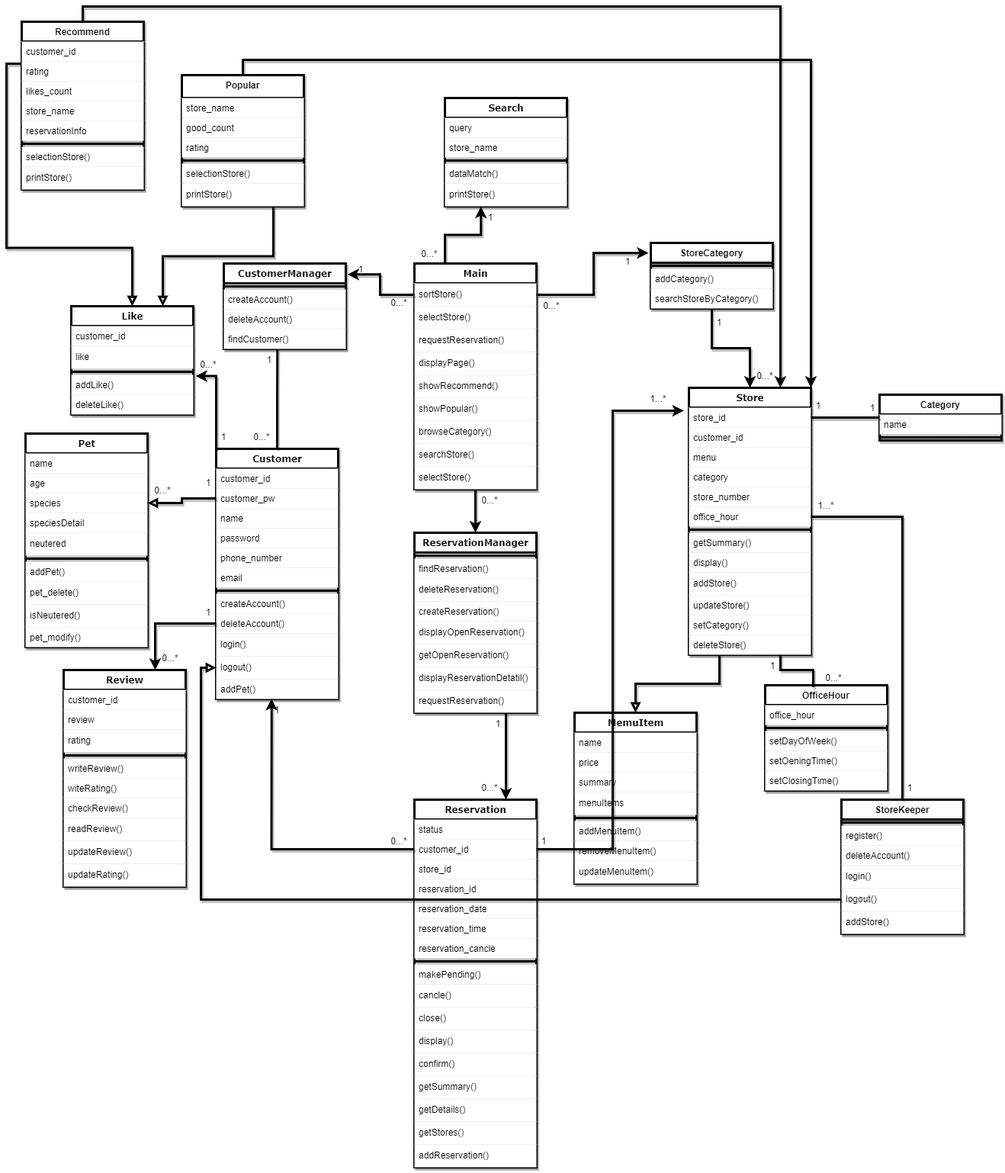
Earlier version of the draw.io export walkwith_class.drawio.png (dkwkckzk/data_test). Source tidied: cells renumbered, new cells last; positions are measured from the earlier drawing's top-left corner, leaving out a move shared by most shapes.
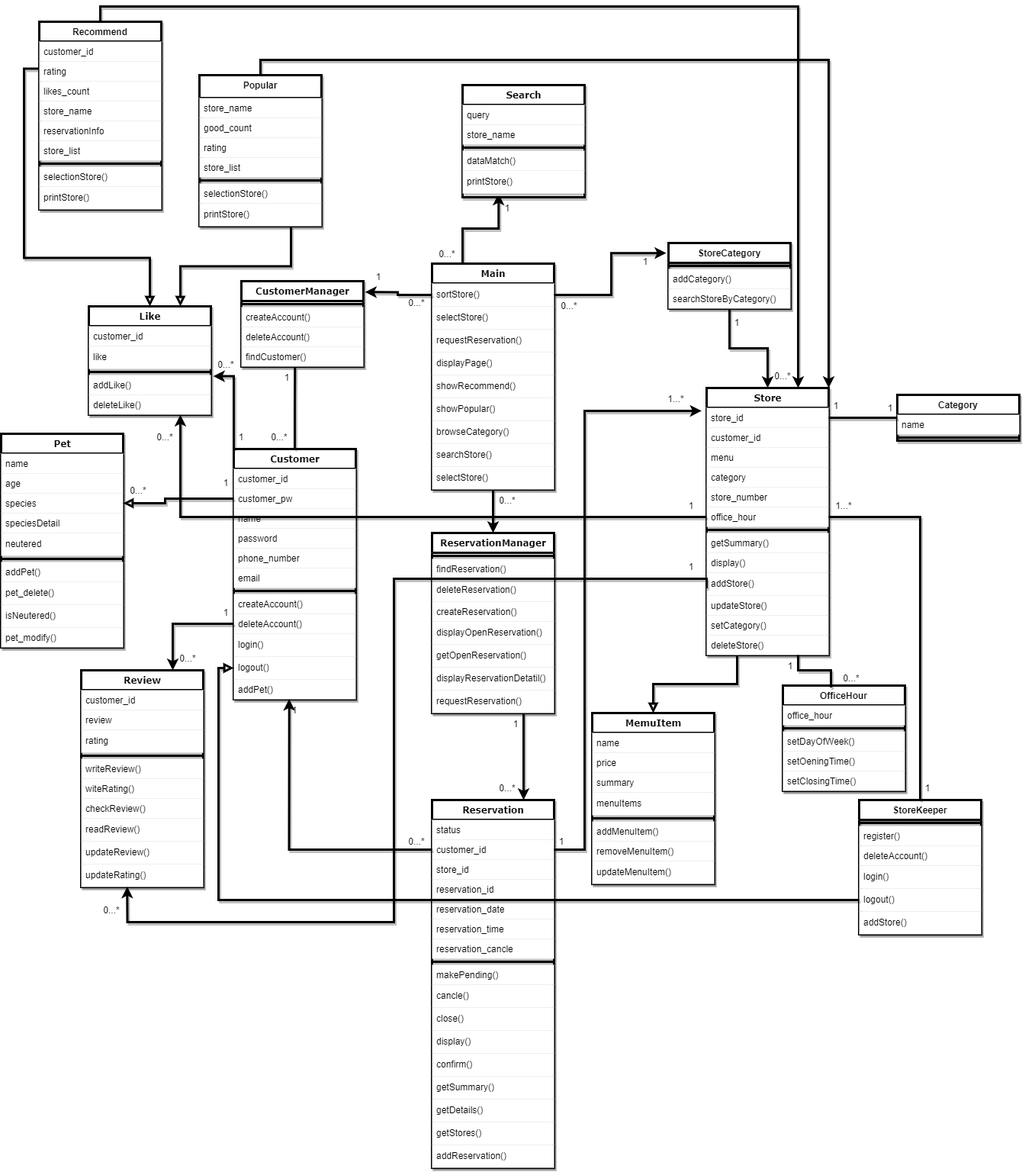
Later version of the same file.

The edit, as a diff of the source:
```diff
@@ -42,7 +42,7 @@
       <mxGeometry y="302" width="160" height="26" as="geometry" />
     </mxCell>
     <mxCell id="15" value="Pet" style="swimlane;html=1;fontStyle=1;align=center;verticalAlign=top;horizontal=1;startSize=26;swimlaneFillColor=#ffffff;rounded=0;shadow=1;comic=0;labelBackgroundColor=none;strokeWidth=3;fillColor=default;fontFamily=Verdana;fontSize=12;" parent="1" vertex="1">
-      <mxGeometry x="5" y="540" width="160" height="280" as="geometry" />
+      <mxGeometry x="-50" y="540" width="160" height="280" as="geometry" />
     </mxCell>
     <mxCell id="16" value="name" style="text;html=1;strokeColor=none;fillColor=default;align=left;verticalAlign=top;spacingLeft=4;spacingRight=4;whiteSpace=wrap;overflow=hidden;shadow=1;strokeWidth=3;" parent="15" vertex="1">
       <mxGeometry y="26" width="160" height="26" as="geometry" />
@@ -243,7 +243,7 @@
       <mxGeometry relative="1" as="geometry" />
     </mxCell>
     <mxCell id="82" value="Recommend" style="swimlane;fontStyle=1;align=center;verticalAlign=top;horizontal=1;startSize=26;whiteSpace=wrap;html=1;fillColor=#FFFFFF;shadow=1;strokeWidth=3;" parent="1" vertex="1">
-      <mxGeometry width="160" height="220" as="geometry" />
+      <mxGeometry width="160" height="246" as="geometry" />
     </mxCell>
     <mxCell id="83" value="customer_id" style="text;strokeColor=none;fillColor=default;align=left;verticalAlign=top;spacingLeft=4;spacingRight=4;overflow=hidden;whiteSpace=wrap;html=1;shadow=1;strokeWidth=3;" parent="82" vertex="1">
       <mxGeometry y="26" width="160" height="26" as="geometry" />
@@ -260,14 +260,17 @@
     <mxCell id="87" value="reservationInfo" style="text;strokeColor=none;fillColor=default;align=left;verticalAlign=top;spacingLeft=4;spacingRight=4;overflow=hidden;whiteSpace=wrap;html=1;shadow=1;strokeWidth=3;" parent="82" vertex="1">
       <mxGeometry y="130" width="160" height="26" as="geometry" />
     </mxCell>
+    <mxCell id="202" value="store_list" style="text;strokeColor=none;fillColor=default;align=left;verticalAlign=top;spacingLeft=4;spacingRight=4;overflow=hidden;whiteSpace=wrap;html=1;shadow=1;strokeWidth=3;" parent="82" vertex="1">
+      <mxGeometry y="156" width="160" height="26" as="geometry" />
+    </mxCell>
     <mxCell id="88" style="line;strokeWidth=3;fillColor=default;align=left;verticalAlign=middle;spacingTop=-1;spacingLeft=3;spacingRight=3;labelPosition=right;strokeColor=inherit;shadow=1;" parent="82" vertex="1">
-      <mxGeometry y="156" width="160" height="8" as="geometry" />
+      <mxGeometry y="182" width="160" height="8" as="geometry" />
     </mxCell>
     <mxCell id="89" value="selectionStore()" style="text;strokeColor=none;fillColor=default;align=left;verticalAlign=top;spacingLeft=4;spacingRight=4;overflow=hidden;whiteSpace=wrap;html=1;shadow=1;strokeWidth=3;" parent="82" vertex="1">
-      <mxGeometry y="164" width="160" height="26" as="geometry" />
+      <mxGeometry y="190" width="160" height="26" as="geometry" />
     </mxCell>
     <mxCell id="90" value="printStore()" style="text;strokeColor=none;fillColor=#FFFFFF;align=left;verticalAlign=middle;spacingLeft=4;spacingRight=4;overflow=hidden;whiteSpace=wrap;html=1;shadow=1;strokeWidth=3;" parent="82" vertex="1">
-      <mxGeometry y="190" width="160" height="30" as="geometry" />
+      <mxGeometry y="216" width="160" height="30" as="geometry" />
     </mxCell>
     <mxCell id="91" value="Like" style="swimlane;html=1;fontStyle=1;align=center;verticalAlign=top;horizontal=1;startSize=26;swimlaneFillColor=#ffffff;rounded=0;shadow=1;comic=0;labelBackgroundColor=none;strokeWidth=3;fillColor=default;fontFamily=Verdana;fontSize=12;" parent="1" vertex="1">
       <mxGeometry x="65" y="373" width="160" height="142" as="geometry" />
@@ -294,7 +297,7 @@
       <mxGeometry relative="1" as="geometry" />
     </mxCell>
     <mxCell id="99" value="Popular" style="swimlane;fontStyle=1;align=center;verticalAlign=top;horizontal=1;startSize=30;whiteSpace=wrap;html=1;fillColor=#FFFFFF;shadow=1;strokeWidth=3;" parent="1" vertex="1">
-      <mxGeometry x="210" y="70" width="160" height="172" as="geometry" />
+      <mxGeometry x="210" y="70" width="160" height="198" as="geometry" />
     </mxCell>
     <mxCell id="100" value="store_name" style="text;strokeColor=none;fillColor=default;align=left;verticalAlign=top;spacingLeft=4;spacingRight=4;overflow=hidden;whiteSpace=wrap;html=1;shadow=1;strokeWidth=3;" parent="99" vertex="1">
       <mxGeometry y="30" width="160" height="26" as="geometry" />
@@ -305,17 +308,20 @@
     <mxCell id="102" value="rating" style="text;strokeColor=none;fillColor=default;align=left;verticalAlign=top;spacingLeft=4;spacingRight=4;overflow=hidden;whiteSpace=wrap;html=1;shadow=1;strokeWidth=3;" parent="99" vertex="1">
       <mxGeometry y="82" width="160" height="26" as="geometry" />
     </mxCell>
+    <mxCell id="203" value="store_list" style="text;strokeColor=none;fillColor=default;align=left;verticalAlign=top;spacingLeft=4;spacingRight=4;overflow=hidden;whiteSpace=wrap;html=1;shadow=1;strokeWidth=3;" parent="99" vertex="1">
+      <mxGeometry y="108" width="160" height="26" as="geometry" />
+    </mxCell>
     <mxCell id="103" style="line;strokeWidth=3;fillColor=default;align=left;verticalAlign=middle;spacingTop=-1;spacingLeft=3;spacingRight=3;labelPosition=right;strokeColor=inherit;shadow=1;" parent="99" vertex="1">
-      <mxGeometry y="108" width="160" height="8" as="geometry" />
+      <mxGeometry y="134" width="160" height="8" as="geometry" />
     </mxCell>
     <mxCell id="104" value="selectionStore()" style="text;strokeColor=none;fillColor=default;align=left;verticalAlign=top;spacingLeft=4;spacingRight=4;overflow=hidden;whiteSpace=wrap;html=1;shadow=1;strokeWidth=3;" parent="99" vertex="1">
-      <mxGeometry y="116" width="160" height="26" as="geometry" />
+      <mxGeometry y="142" width="160" height="26" as="geometry" />
     </mxCell>
     <mxCell id="105" value="printStore()" style="text;strokeColor=none;fillColor=#FFFFFF;align=left;verticalAlign=middle;spacingLeft=4;spacingRight=4;overflow=hidden;whiteSpace=wrap;html=1;shadow=1;strokeWidth=3;" parent="99" vertex="1">
-      <mxGeometry y="142" width="160" height="30" as="geometry" />
+      <mxGeometry y="168" width="160" height="30" as="geometry" />
     </mxCell>
     <mxCell id="106" value="Search" style="swimlane;html=1;fontStyle=1;align=center;verticalAlign=top;horizontal=1;startSize=26;swimlaneFillColor=#ffffff;rounded=0;shadow=1;comic=0;labelBackgroundColor=none;strokeWidth=3;fillColor=default;fontFamily=Verdana;fontSize=12;" parent="1" vertex="1">
-      <mxGeometry x="555" y="100" width="160" height="142" as="geometry" />
+      <mxGeometry x="555" y="83" width="160" height="147" as="geometry" />
     </mxCell>
     <mxCell id="107" value="query" style="text;html=1;strokeColor=none;fillColor=default;align=left;verticalAlign=top;spacingLeft=4;spacingRight=4;whiteSpace=wrap;overflow=hidden;shadow=1;strokeWidth=3;" parent="106" vertex="1">
       <mxGeometry y="26" width="160" height="26" as="geometry" />
@@ -459,7 +465,7 @@
       <mxGeometry y="52" width="160" height="8" as="geometry" />
     </mxCell>
     <mxCell id="154" value="CustomerManager" style="swimlane;html=1;fontStyle=1;align=center;verticalAlign=top;horizontal=1;startSize=26;swimlaneFillColor=#ffffff;rounded=0;shadow=1;comic=0;labelBackgroundColor=none;strokeWidth=3;fillColor=default;fontFamily=Verdana;fontSize=12;" parent="1" vertex="1">
-      <mxGeometry x="265" y="317" width="160" height="112" as="geometry" />
+      <mxGeometry x="265" y="340" width="160" height="112" as="geometry" />
     </mxCell>
     <mxCell id="155" style="line;html=1;strokeWidth=3;fillColor=default;align=left;verticalAlign=middle;spacingTop=-1;spacingLeft=3;spacingRight=3;labelPosition=right;shadow=1;" parent="154" vertex="1">
       <mxGeometry y="26" width="160" height="8" as="geometry" />
@@ -504,10 +510,10 @@
       <mxGeometry x="215" y="590" width="60" height="30" as="geometry" />
     </mxCell>
     <mxCell id="169" value="0...*" style="text;html=1;strokeColor=none;fillColor=none;align=center;verticalAlign=middle;whiteSpace=wrap;rounded=0;shadow=1;strokeWidth=3;" parent="1" vertex="1">
-      <mxGeometry x="155" y="600" width="60" height="30" as="geometry" />
+      <mxGeometry x="100" y="600" width="60" height="30" as="geometry" />
     </mxCell>
     <mxCell id="170" value="1" style="text;html=1;strokeColor=none;fillColor=none;align=center;verticalAlign=middle;whiteSpace=wrap;rounded=0;shadow=1;strokeWidth=3;" parent="1" vertex="1">
-      <mxGeometry x="295" y="429" width="60" height="30" as="geometry" />
+      <mxGeometry x="295" y="452" width="60" height="30" as="geometry" />
     </mxCell>
     <mxCell id="171" value="0...*" style="text;html=1;strokeColor=none;fillColor=none;align=center;verticalAlign=middle;whiteSpace=wrap;rounded=0;shadow=1;strokeWidth=3;" parent="1" vertex="1">
       <mxGeometry x="285" y="530" width="60" height="30" as="geometry" />
@@ -543,10 +549,10 @@
       <mxGeometry x="765" y="300" width="60" height="30" as="geometry" />
     </mxCell>
     <mxCell id="182" value="1" style="text;html=1;strokeColor=none;fillColor=none;align=center;verticalAlign=middle;whiteSpace=wrap;rounded=0;shadow=1;strokeWidth=3;" parent="1" vertex="1">
-      <mxGeometry x="415" y="310" width="60" height="30" as="geometry" />
+      <mxGeometry x="415" y="320" width="60" height="30" as="geometry" />
     </mxCell>
     <mxCell id="183" value="1" style="text;html=1;strokeColor=none;fillColor=none;align=center;verticalAlign=middle;whiteSpace=wrap;rounded=0;shadow=1;strokeWidth=3;" parent="1" vertex="1">
-      <mxGeometry x="585" y="242" width="60" height="30" as="geometry" />
+      <mxGeometry x="584" y="230" width="60" height="30" as="geometry" />
     </mxCell>
     <mxCell id="184" value="1" style="text;html=1;strokeColor=none;fillColor=none;align=center;verticalAlign=middle;whiteSpace=wrap;rounded=0;shadow=1;strokeWidth=3;" parent="1" vertex="1">
       <mxGeometry x="885" y="380" width="60" height="30" as="geometry" />
@@ -567,10 +573,20 @@
       <mxGeometry x="1025" y="620" width="60" height="30" as="geometry" />
     </mxCell>
     <mxCell id="190" style="edgeStyle=orthogonalEdgeStyle;rounded=0;jettySize=auto;html=1;exitX=0;exitY=0.5;exitDx=0;exitDy=0;entryX=1;entryY=0.5;entryDx=0;entryDy=0;endArrow=block;endFill=0;shadow=1;strokeWidth=3;" parent="1" edge="1" source="4" target="18">
-      <mxGeometry relative="1" as="geometry" />
+      <mxGeometry relative="1" as="geometry">
+        <Array as="points">
+          <mxPoint x="165" y="625" />
+          <mxPoint x="165" y="631" />
+        </Array>
+      </mxGeometry>
     </mxCell>
     <mxCell id="191" style="edgeStyle=orthogonalEdgeStyle;rounded=0;jettySize=auto;html=1;exitX=1;exitY=0.5;exitDx=0;exitDy=0;entryX=-0.041;entryY=0.155;entryDx=0;entryDy=0;entryPerimeter=0;shadow=1;strokeWidth=3;" parent="1" edge="1" source="135" target="28">
-      <mxGeometry relative="1" as="geometry" />
+      <mxGeometry relative="1" as="geometry">
+        <Array as="points">
+          <mxPoint x="715" y="1085" />
+          <mxPoint x="715" y="510" />
+        </Array>
+      </mxGeometry>
     </mxCell>
     <mxCell id="192" value="1" style="text;html=1;strokeColor=none;fillColor=none;align=center;verticalAlign=middle;whiteSpace=wrap;rounded=0;shadow=1;strokeWidth=3;" parent="1" vertex="1">
       <mxGeometry x="655" y="1060" width="60" height="30" as="geometry" />
@@ -605,5 +621,30 @@
     <mxCell id="201" value="0...*" style="text;html=1;strokeColor=none;fillColor=none;align=center;verticalAlign=middle;whiteSpace=wrap;rounded=0;shadow=1;strokeWidth=3;" parent="1" vertex="1">
       <mxGeometry x="215" y="435" width="60" height="30" as="geometry" />
     </mxCell>
+    <mxCell id="204" style="edgeStyle=orthogonalEdgeStyle;rounded=0;jettySize=auto;html=1;exitX=0;exitY=0.75;exitDx=0;exitDy=0;entryX=0.377;entryY=0.981;entryDx=0;entryDy=0;entryPerimeter=0;strokeWidth=3;shadow=1;" parent="1" edge="1" source="27" target="72">
+      <mxGeometry relative="1" as="geometry">
+        <Array as="points">
+          <mxPoint x="875" y="730" />
+          <mxPoint x="465" y="730" />
+          <mxPoint x="465" y="1180" />
+          <mxPoint x="115" y="1180" />
+        </Array>
+      </mxGeometry>
+    </mxCell>
+    <mxCell id="205" value="1" style="text;html=1;strokeColor=none;fillColor=none;align=center;verticalAlign=middle;whiteSpace=wrap;rounded=0;shadow=1;strokeWidth=3;" parent="1" vertex="1">
+      <mxGeometry x="825" y="700" width="60" height="30" as="geometry" />
+    </mxCell>
+    <mxCell id="206" value="0...*" style="text;html=1;strokeColor=none;fillColor=none;align=center;verticalAlign=middle;whiteSpace=wrap;rounded=0;shadow=1;strokeWidth=3;" parent="1" vertex="1">
+      <mxGeometry x="65" y="1150" width="60" height="30" as="geometry" />
+    </mxCell>
+    <mxCell id="207" style="edgeStyle=orthogonalEdgeStyle;rounded=0;jettySize=auto;html=1;exitX=0;exitY=0.5;exitDx=0;exitDy=0;entryX=0.75;entryY=1;entryDx=0;entryDy=0;strokeWidth=3;shadow=1;" parent="1" edge="1" source="33" target="91">
+      <mxGeometry relative="1" as="geometry" />
+    </mxCell>
+    <mxCell id="208" value="1" style="text;html=1;strokeColor=none;fillColor=none;align=center;verticalAlign=middle;whiteSpace=wrap;rounded=0;shadow=1;strokeWidth=3;" parent="1" vertex="1">
+      <mxGeometry x="825" y="620" width="60" height="30" as="geometry" />
+    </mxCell>
+    <mxCell id="209" value="0...*" style="text;html=1;strokeColor=none;fillColor=none;align=center;verticalAlign=middle;whiteSpace=wrap;rounded=0;shadow=1;strokeWidth=3;" parent="1" vertex="1">
+      <mxGeometry x="135" y="530" width="60" height="30" as="geometry" />
+    </mxCell>
   </root>
 </mxGraphModel>
```
